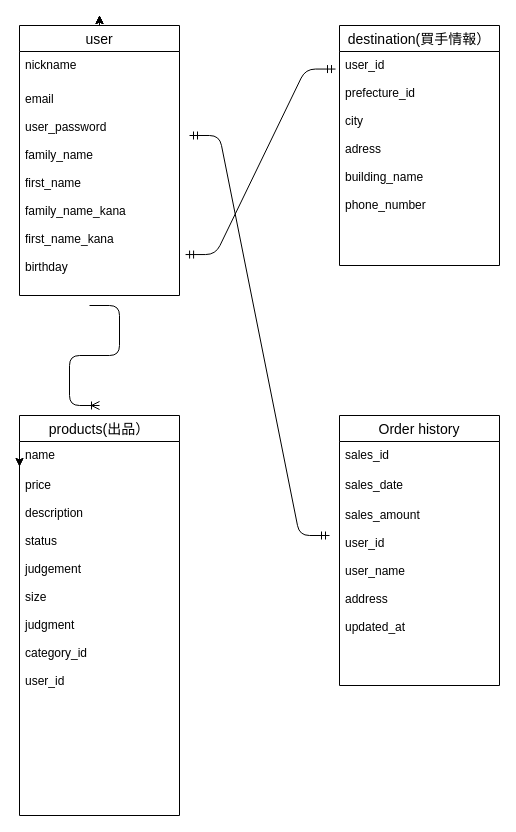
Earlier version of the draw.io diagram page "ページ1" (1 of 3) of test.dio (kitou44/furima-30571). Source tidied: cells renumbered, new cells numbered last; positions are measured from the earlier drawing's top-left corner, leaving out a move shared by most shapes. Both pictures are drawn from the tidied source at 100%, with x=0, y=0 at pixel (19, 15).
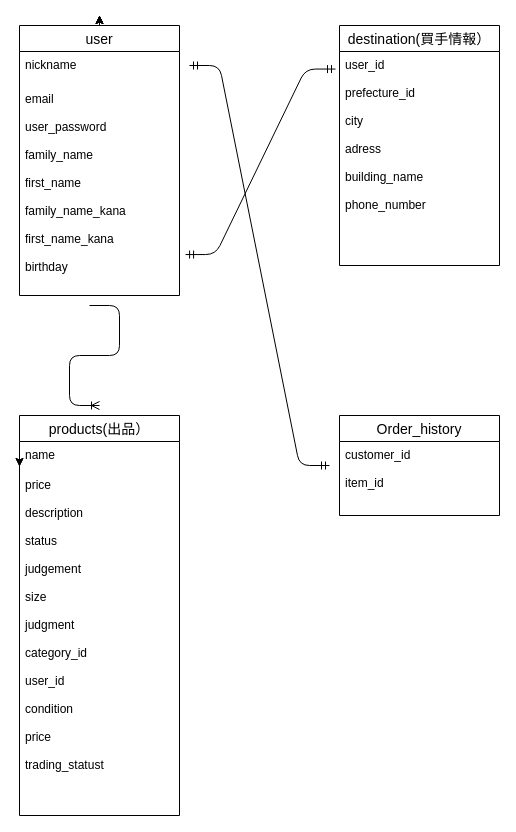
Above is the later version.

Unchanged cells that the change refers to:
```xml
<mxCell id="10" value="products(出品）" style="swimlane;fontStyle=0;horizontal=1;startSize=26;align=center;fontSize=14;rounded=0;sketch=0;" parent="1" vertex="1">
  <mxGeometry y="400" width="160" height="400" as="geometry" />
</mxCell>
```

Diff of the diagram source:
```diff
@@
-    <mxCell id="12" value="price&#10;&#10;description&#10;&#10;status&#10;&#10;judgement&#10;&#10;size&#10;&#10;judgment&#10;&#10;category_id&#10;&#10;user_id&#10;" style="text;strokeColor=none;fillColor=none;spacingLeft=4;spacingRight=4;overflow=hidden;fontSize=12;" parent="10" vertex="1">
+    <mxCell id="12" value="price&#10;&#10;description&#10;&#10;status&#10;&#10;judgement&#10;&#10;size&#10;&#10;judgment&#10;&#10;category_id&#10;&#10;user_id&#10;&#10;condition&#10;&#10;price&#10;&#10;trading_statust" style="text;strokeColor=none;fillColor=none;spacingLeft=4;spacingRight=4;overflow=hidden;fontSize=12;" parent="10" vertex="1">
       <mxGeometry y="56" width="160" height="344" as="geometry" />
     </mxCell>
@@
-    <mxCell id="18" value="Order history" style="swimlane;fontStyle=0;horizontal=1;startSize=26;align=center;fontSize=14;" parent="1" vertex="1">
-      <mxGeometry x="320" y="400" width="160" height="270" as="geometry" />
+    <mxCell id="18" value="Order_history" style="swimlane;fontStyle=0;horizontal=1;startSize=26;align=center;fontSize=14;" parent="1" vertex="1">
+      <mxGeometry x="320" y="400" width="160" height="100" as="geometry" />
     </mxCell>
-    <mxCell id="19" value="sales_id" style="text;strokeColor=none;fillColor=none;spacingLeft=4;spacingRight=4;overflow=hidden;fontSize=12;" parent="18" vertex="1">
-      <mxGeometry y="26" width="160" height="30" as="geometry" />
-    </mxCell>
-    <mxCell id="20" value="sales_date " style="text;strokeColor=none;fillColor=none;spacingLeft=4;spacingRight=4;overflow=hidden;fontSize=12;" parent="18" vertex="1">
-      <mxGeometry y="56" width="160" height="30" as="geometry" />
+    <mxCell id="20" value="customer_id&#10;&#10;item_id" style="text;strokeColor=none;fillColor=none;spacingLeft=4;spacingRight=4;overflow=hidden;fontSize=12;" parent="18" vertex="1">
+      <mxGeometry y="26" width="160" height="74" as="geometry" />
     </mxCell>
-    <mxCell id="21" value="sales_amount &#10;&#10;user_id&#10;&#10;user_name&#10;&#10;address&#10;&#10;updated_at &#10;&#10;" style="text;strokeColor=none;fillColor=none;spacingLeft=4;spacingRight=4;overflow=hidden;fontSize=12;" parent="18" vertex="1">
-      <mxGeometry y="86" width="160" height="184" as="geometry" />
-    </mxCell>
     <mxCell id="22" style="edgeStyle=entityRelationEdgeStyle;fontSize=12;html=1;endArrow=ERmandOne;startArrow=ERmandOne;" parent="1" edge="1">
       <mxGeometry relative="1" as="geometry">
-        <mxPoint x="170" y="120" as="sourcePoint" />
-        <mxPoint x="310" y="520" as="targetPoint" />
+        <mxPoint x="170" y="50" as="sourcePoint" />
+        <mxPoint x="310" y="450" as="targetPoint" />
       </mxGeometry>
     </mxCell>
```
